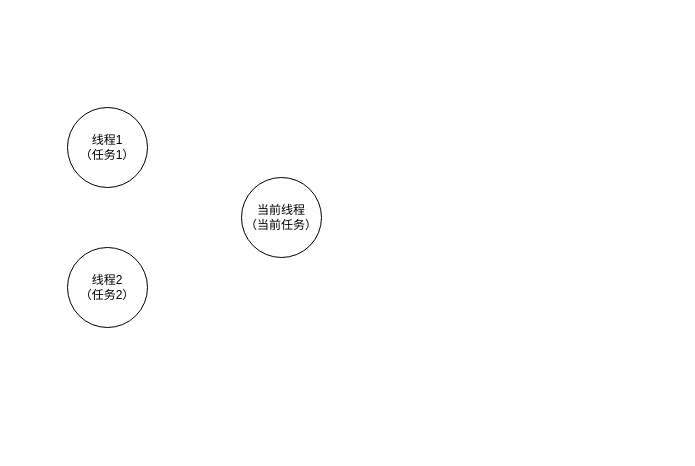
Above: 线程间通信.drawio in DotDotGeng/drawio_pic (draw.io), before the change. Source tidied: cells renumbered, new cells numbered last; positions are measured from the earlier drawing's top-left corner, leaving out a move shared by most shapes. Both pictures are drawn from the tidied source at 100%, with x=0, y=0 at pixel (67, 107).
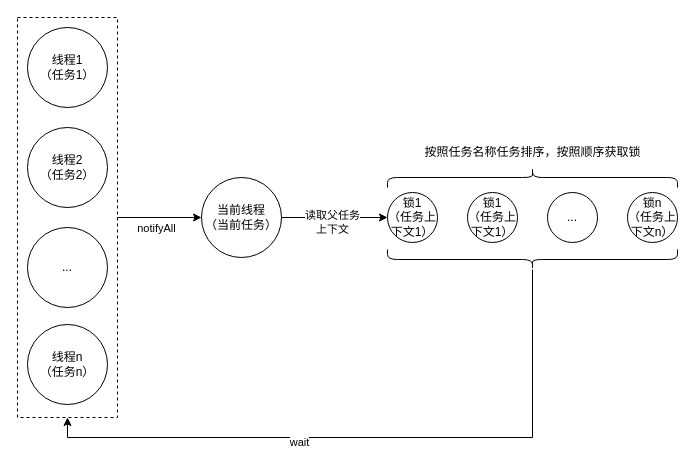
The same page after the edit.

Commit message (it also covers changes not shown here):
更新线程间通信.drawio

What changed in the source:
```diff
@@
+    <mxCell id="5" style="edgeStyle=orthogonalEdgeStyle;rounded=0;jettySize=auto;html=1;entryX=0;entryY=0.5;entryDx=0;entryDy=0;" parent="1" edge="1" source="7" target="2">
+      <mxGeometry relative="1" as="geometry" />
+    </mxCell>
+    <mxCell id="6" value="notifyAll" style="edgeLabel;html=1;align=center;verticalAlign=middle;" parent="5" vertex="1">
+      <mxGeometry x="-0.09" y="-1" relative="1" as="geometry">
+        <mxPoint y="9" as="offset" />
+      </mxGeometry>
+    </mxCell>
+    <mxCell id="7" style="rounded=0;whiteSpace=wrap;html=1;dashed=1;fillColor=none;" parent="1" vertex="1">
+      <mxGeometry x="-50" y="-90" width="100" height="400" as="geometry" />
+    </mxCell>
+    <mxCell id="8" style="edgeStyle=orthogonalEdgeStyle;rounded=0;jettySize=auto;html=1;entryX=0;entryY=0.5;entryDx=0;entryDy=0;" parent="1" edge="1" source="2" target="10">
+      <mxGeometry relative="1" as="geometry" />
+    </mxCell>
+    <mxCell id="9" value="读取父任务&lt;br&gt;上下文" style="edgeLabel;html=1;align=center;verticalAlign=middle;" parent="8" vertex="1">
+      <mxGeometry x="-0.06" y="-4" relative="1" as="geometry" />
+    </mxCell>
     <mxCell id="2" value="当前线程&lt;br&gt;（当前任务）" style="ellipse;whiteSpace=wrap;html=1;" parent="1" vertex="1">
-      <mxGeometry x="174" y="70" width="80" height="80" as="geometry" />
+      <mxGeometry x="134" y="70" width="80" height="80" as="geometry" />
     </mxCell>
     <mxCell id="3" value="线程1&lt;br&gt;（任务1）" style="ellipse;whiteSpace=wrap;html=1;" parent="1" vertex="1">
-      <mxGeometry width="80" height="80" as="geometry" />
+      <mxGeometry x="-40" y="-80" width="80" height="80" as="geometry" />
     </mxCell>
     <mxCell id="4" value="线程2&lt;br&gt;（任务2）" style="ellipse;whiteSpace=wrap;html=1;" parent="1" vertex="1">
-      <mxGeometry y="140" width="80" height="80" as="geometry" />
+      <mxGeometry x="-40" y="20" width="80" height="80" as="geometry" />
     </mxCell>
+    <mxCell id="10" value="锁1&lt;br&gt;（任务上下文1）" style="ellipse;whiteSpace=wrap;html=1;" parent="1" vertex="1">
+      <mxGeometry x="320" y="85" width="50" height="50" as="geometry" />
+    </mxCell>
+    <mxCell id="11" value="锁1&lt;br&gt;（任务上下文1）" style="ellipse;whiteSpace=wrap;html=1;" parent="1" vertex="1">
+      <mxGeometry x="400" y="85" width="50" height="50" as="geometry" />
+    </mxCell>
+    <mxCell id="12" value="..." style="ellipse;whiteSpace=wrap;html=1;" parent="1" vertex="1">
+      <mxGeometry x="480" y="85" width="50" height="50" as="geometry" />
+    </mxCell>
+    <mxCell id="13" value="锁n&lt;br&gt;（任务上下文n）" style="ellipse;whiteSpace=wrap;html=1;" parent="1" vertex="1">
+      <mxGeometry x="560" y="85" width="50" height="50" as="geometry" />
+    </mxCell>
+    <mxCell id="14" style="shape=curlyBracket;whiteSpace=wrap;html=1;rounded=1;labelPosition=left;verticalLabelPosition=middle;align=right;verticalAlign=middle;rotation=90;" parent="1" vertex="1">
+      <mxGeometry x="455" y="-75" width="20" height="290" as="geometry" />
+    </mxCell>
+    <mxCell id="15" value="按照任务名称任务排序，按照顺序获取锁" style="text;html=1;strokeColor=none;fillColor=none;align=center;verticalAlign=middle;whiteSpace=wrap;rounded=0;" parent="1" vertex="1">
+      <mxGeometry x="347.5" y="30" width="235" height="30" as="geometry" />
+    </mxCell>
+    <mxCell id="16" style="edgeStyle=orthogonalEdgeStyle;rounded=0;jettySize=auto;html=1;entryX=0.5;entryY=1;entryDx=0;entryDy=0;" parent="1" edge="1" source="18" target="7">
+      <mxGeometry relative="1" as="geometry">
+        <Array as="points">
+          <mxPoint x="465" y="330" />
+          <mxPoint y="330" />
+        </Array>
+      </mxGeometry>
+    </mxCell>
+    <mxCell id="17" value="wait" style="edgeLabel;html=1;align=center;verticalAlign=middle;" parent="16" vertex="1">
+      <mxGeometry x="0.23" y="4" relative="1" as="geometry" />
+    </mxCell>
+    <mxCell id="18" style="shape=curlyBracket;whiteSpace=wrap;html=1;rounded=1;labelPosition=left;verticalLabelPosition=middle;align=right;verticalAlign=middle;rotation=-90;size=0.5;" parent="1" vertex="1">
+      <mxGeometry x="455" y="7" width="20" height="290" as="geometry" />
+    </mxCell>
+    <mxCell id="19" value="..." style="ellipse;whiteSpace=wrap;html=1;" parent="1" vertex="1">
+      <mxGeometry x="-40" y="120" width="80" height="80" as="geometry" />
+    </mxCell>
+    <mxCell id="20" value="线程n&lt;br&gt;（任务n）" style="ellipse;whiteSpace=wrap;html=1;" parent="1" vertex="1">
+      <mxGeometry x="-40" y="217" width="80" height="80" as="geometry" />
+    </mxCell>
```
